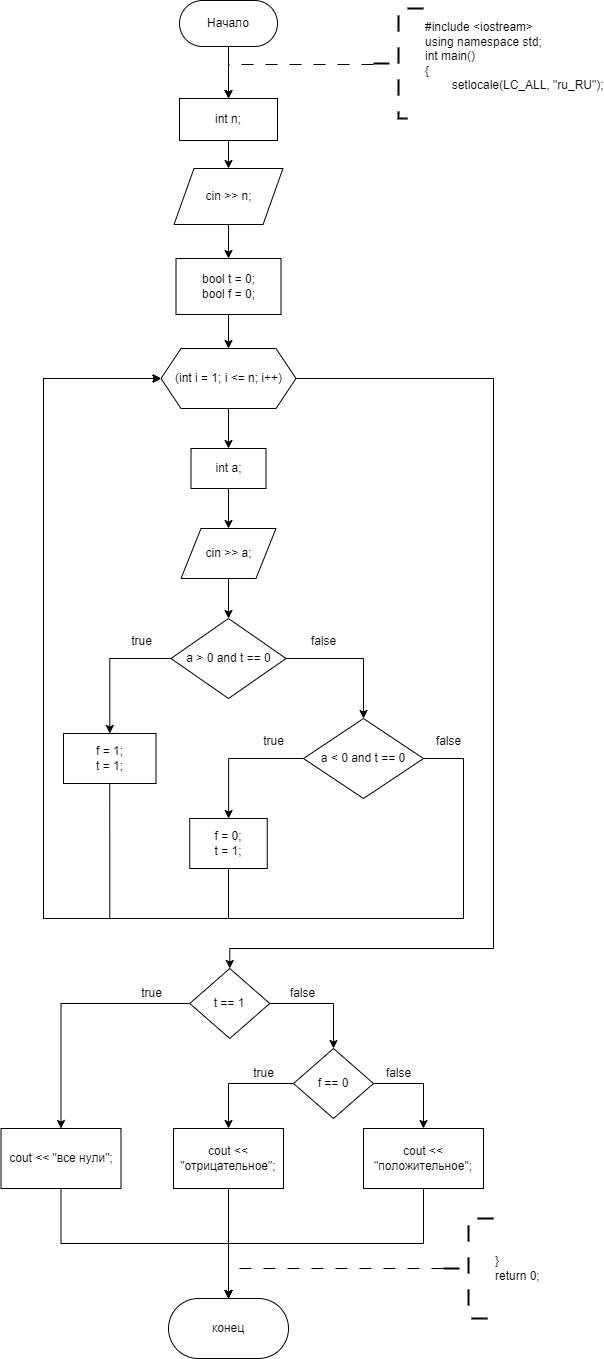
Earlier version of the draw.io export SEM_1/2_11/2_11.drawio (1).png (Yagirsk/Labs_PSTU_2023). Source tidied: cells renumbered, new cells last; positions are measured from the earlier drawing's top-left corner, leaving out a move shared by most shapes. The source it was exported from:
```xml
<mxGraphModel>
  <root>
    <mxCell id="0" />
    <mxCell id="1" parent="0" />
    <mxCell id="2" style="edgeStyle=orthogonalEdgeStyle;rounded=0;jettySize=auto;html=1;" parent="1" edge="1" source="3" target="5">
      <mxGeometry relative="1" as="geometry" />
    </mxCell>
    <mxCell id="3" value="Начало" style="rounded=1;whiteSpace=wrap;html=1;arcSize=50;" parent="1" vertex="1">
      <mxGeometry x="178" width="98" height="46" as="geometry" />
    </mxCell>
    <mxCell id="4" style="edgeStyle=orthogonalEdgeStyle;rounded=0;jettySize=auto;html=1;" parent="1" edge="1" source="5" target="9">
      <mxGeometry relative="1" as="geometry" />
    </mxCell>
    <mxCell id="5" value="int n;" style="rounded=0;whiteSpace=wrap;html=1;" parent="1" vertex="1">
      <mxGeometry x="178" y="98" width="98" height="42" as="geometry" />
    </mxCell>
    <mxCell id="6" style="edgeStyle=orthogonalEdgeStyle;rounded=0;jettySize=auto;html=1;dashed=1;dashPattern=12 12;" parent="1" edge="1" source="7" target="5">
      <mxGeometry relative="1" as="geometry">
        <Array as="points">
          <mxPoint x="227" y="64" />
        </Array>
      </mxGeometry>
    </mxCell>
    <mxCell id="7" value="&lt;div&gt;#include &amp;lt;iostream&amp;gt;&lt;/div&gt;&lt;div&gt;using namespace std;&lt;/div&gt;&lt;div&gt;int main()&lt;/div&gt;&lt;div&gt;{&lt;/div&gt;&lt;span style=&quot;white-space: pre;&quot;&gt;&#9;&lt;/span&gt;setlocale(LC_ALL, &quot;ru_RU&quot;);&lt;div&gt;&lt;br&gt;&lt;/div&gt;" style="strokeWidth=2;html=1;shape=mxgraph.flowchart.annotation_2;align=left;labelPosition=right;strokeColor=default;dashed=1;dashPattern=8 8;" parent="1" vertex="1">
      <mxGeometry x="372" y="8" width="50" height="110" as="geometry" />
    </mxCell>
    <mxCell id="8" style="edgeStyle=orthogonalEdgeStyle;rounded=0;jettySize=auto;html=1;" parent="1" edge="1" source="9" target="11">
      <mxGeometry relative="1" as="geometry" />
    </mxCell>
    <mxCell id="9" value="cin &amp;gt;&amp;gt; n;" style="shape=parallelogram;perimeter=parallelogramPerimeter;whiteSpace=wrap;html=1;fixedSize=1;rounded=0;" parent="1" vertex="1">
      <mxGeometry x="172.5" y="168" width="109" height="56" as="geometry" />
    </mxCell>
    <mxCell id="10" style="edgeStyle=orthogonalEdgeStyle;rounded=0;jettySize=auto;html=1;" parent="1" edge="1" source="11" target="14">
      <mxGeometry relative="1" as="geometry" />
    </mxCell>
    <mxCell id="11" value="&lt;div&gt;bool t = 0;&lt;/div&gt;&lt;div&gt;bool f = 0;&lt;/div&gt;" style="whiteSpace=wrap;html=1;rounded=0;" parent="1" vertex="1">
      <mxGeometry x="174.5" y="258" width="105" height="56" as="geometry" />
    </mxCell>
    <mxCell id="12" style="edgeStyle=orthogonalEdgeStyle;rounded=0;jettySize=auto;html=1;" parent="1" edge="1" source="14" target="16">
      <mxGeometry relative="1" as="geometry" />
    </mxCell>
    <mxCell id="13" style="edgeStyle=orthogonalEdgeStyle;rounded=0;jettySize=auto;html=1;exitX=1;exitY=0.5;exitDx=0;exitDy=0;entryX=0.5;entryY=0;entryDx=0;entryDy=0;" parent="1" edge="1" source="14" target="35">
      <mxGeometry relative="1" as="geometry">
        <Array as="points">
          <mxPoint x="492" y="378" />
          <mxPoint x="492" y="948" />
          <mxPoint x="228" y="948" />
        </Array>
      </mxGeometry>
    </mxCell>
    <mxCell id="14" value="(int i = 1; i &amp;lt;= n; i++)" style="shape=hexagon;perimeter=hexagonPerimeter2;whiteSpace=wrap;html=1;fixedSize=1;rounded=0;" parent="1" vertex="1">
      <mxGeometry x="159.5" y="348" width="135" height="60" as="geometry" />
    </mxCell>
    <mxCell id="15" style="edgeStyle=orthogonalEdgeStyle;rounded=0;jettySize=auto;html=1;" parent="1" edge="1" source="16" target="18">
      <mxGeometry relative="1" as="geometry" />
    </mxCell>
    <mxCell id="16" value="int a;" style="whiteSpace=wrap;html=1;rounded=0;" parent="1" vertex="1">
      <mxGeometry x="189.5" y="448" width="75" height="40" as="geometry" />
    </mxCell>
    <mxCell id="17" style="edgeStyle=orthogonalEdgeStyle;rounded=0;jettySize=auto;html=1;" parent="1" edge="1" source="18" target="21">
      <mxGeometry relative="1" as="geometry" />
    </mxCell>
    <mxCell id="18" value="cin &gt;&gt; a;" style="shape=parallelogram;perimeter=parallelogramPerimeter;whiteSpace=wrap;html=1;fixedSize=1;rounded=0;" parent="1" vertex="1">
      <mxGeometry x="179.5" y="528" width="95" height="50" as="geometry" />
    </mxCell>
    <mxCell id="19" style="edgeStyle=orthogonalEdgeStyle;rounded=0;jettySize=auto;html=1;" parent="1" edge="1" source="21" target="24">
      <mxGeometry relative="1" as="geometry" />
    </mxCell>
    <mxCell id="20" style="edgeStyle=orthogonalEdgeStyle;rounded=0;jettySize=auto;html=1;" parent="1" edge="1" source="21" target="27">
      <mxGeometry relative="1" as="geometry" />
    </mxCell>
    <mxCell id="21" value="a &amp;gt; 0 and t == 0" style="rhombus;whiteSpace=wrap;html=1;rounded=0;" parent="1" vertex="1">
      <mxGeometry x="169.5" y="618" width="115" height="80" as="geometry" />
    </mxCell>
    <mxCell id="22" style="edgeStyle=orthogonalEdgeStyle;rounded=0;jettySize=auto;html=1;" parent="1" edge="1" source="24" target="30">
      <mxGeometry relative="1" as="geometry" />
    </mxCell>
    <mxCell id="23" style="edgeStyle=orthogonalEdgeStyle;rounded=0;jettySize=auto;html=1;exitX=1;exitY=0.5;exitDx=0;exitDy=0;entryX=0;entryY=0.5;entryDx=0;entryDy=0;" parent="1" edge="1" source="24" target="14">
      <mxGeometry relative="1" as="geometry">
        <Array as="points">
          <mxPoint x="462" y="758" />
          <mxPoint x="462" y="918" />
          <mxPoint x="42" y="918" />
          <mxPoint x="42" y="378" />
        </Array>
      </mxGeometry>
    </mxCell>
    <mxCell id="24" value="a &amp;lt; 0 and t == 0" style="rhombus;whiteSpace=wrap;html=1;rounded=0;" parent="1" vertex="1">
      <mxGeometry x="302" y="718" width="120" height="80" as="geometry" />
    </mxCell>
    <mxCell id="25" value="false" style="text;html=1;align=center;verticalAlign=middle;strokeColor=none;fillColor=none;" parent="1" vertex="1">
      <mxGeometry x="297" y="626" width="50" height="30" as="geometry" />
    </mxCell>
    <mxCell id="26" style="edgeStyle=orthogonalEdgeStyle;rounded=0;jettySize=auto;html=1;exitX=0.5;exitY=1;exitDx=0;exitDy=0;entryX=0;entryY=0.5;entryDx=0;entryDy=0;" parent="1" edge="1" source="27" target="14">
      <mxGeometry relative="1" as="geometry">
        <Array as="points">
          <mxPoint x="108" y="918" />
          <mxPoint x="42" y="918" />
          <mxPoint x="42" y="378" />
        </Array>
      </mxGeometry>
    </mxCell>
    <mxCell id="27" value="&lt;div&gt;f = 1;&lt;/div&gt;&lt;div&gt;t = 1;&lt;/div&gt;" style="whiteSpace=wrap;html=1;rounded=0;" parent="1" vertex="1">
      <mxGeometry x="62" y="733" width="92.5" height="50" as="geometry" />
    </mxCell>
    <mxCell id="28" value="true" style="text;html=1;align=center;verticalAlign=middle;strokeColor=none;fillColor=none;" parent="1" vertex="1">
      <mxGeometry x="119.5" y="626" width="40" height="30" as="geometry" />
    </mxCell>
    <mxCell id="29" style="edgeStyle=orthogonalEdgeStyle;rounded=0;jettySize=auto;html=1;exitX=0.5;exitY=1;exitDx=0;exitDy=0;entryX=0;entryY=0.5;entryDx=0;entryDy=0;" parent="1" edge="1" source="30" target="14">
      <mxGeometry relative="1" as="geometry">
        <Array as="points">
          <mxPoint x="227" y="918" />
          <mxPoint x="42" y="918" />
          <mxPoint x="42" y="378" />
        </Array>
      </mxGeometry>
    </mxCell>
    <mxCell id="30" value="&lt;div&gt;f = 0;&lt;/div&gt;&lt;div&gt;t = 1;&lt;/div&gt;" style="whiteSpace=wrap;html=1;rounded=0;" parent="1" vertex="1">
      <mxGeometry x="188.2" y="818" width="77.5" height="50" as="geometry" />
    </mxCell>
    <mxCell id="31" value="true" style="text;html=1;align=center;verticalAlign=middle;strokeColor=none;fillColor=none;" parent="1" vertex="1">
      <mxGeometry x="252" y="726" width="40" height="30" as="geometry" />
    </mxCell>
    <mxCell id="32" value="false" style="text;html=1;align=center;verticalAlign=middle;strokeColor=none;fillColor=none;" parent="1" vertex="1">
      <mxGeometry x="422" y="726" width="50" height="30" as="geometry" />
    </mxCell>
    <mxCell id="33" style="edgeStyle=orthogonalEdgeStyle;rounded=0;jettySize=auto;html=1;" parent="1" edge="1" source="35" target="38">
      <mxGeometry relative="1" as="geometry" />
    </mxCell>
    <mxCell id="34" style="edgeStyle=orthogonalEdgeStyle;rounded=0;jettySize=auto;html=1;" parent="1" edge="1" source="35" target="42">
      <mxGeometry relative="1" as="geometry" />
    </mxCell>
    <mxCell id="35" value="t == 1" style="rhombus;whiteSpace=wrap;html=1;" parent="1" vertex="1">
      <mxGeometry x="188.2" y="968" width="80" height="70" as="geometry" />
    </mxCell>
    <mxCell id="36" style="edgeStyle=orthogonalEdgeStyle;rounded=0;jettySize=auto;html=1;" parent="1" edge="1" source="38" target="40">
      <mxGeometry relative="1" as="geometry" />
    </mxCell>
    <mxCell id="37" style="edgeStyle=orthogonalEdgeStyle;rounded=0;jettySize=auto;html=1;exitX=1;exitY=0.5;exitDx=0;exitDy=0;" parent="1" edge="1" source="38" target="46">
      <mxGeometry relative="1" as="geometry" />
    </mxCell>
    <mxCell id="38" value="f == 0" style="rhombus;whiteSpace=wrap;html=1;" parent="1" vertex="1">
      <mxGeometry x="292" y="1048" width="80" height="70" as="geometry" />
    </mxCell>
    <mxCell id="39" style="edgeStyle=orthogonalEdgeStyle;rounded=0;jettySize=auto;html=1;exitX=0.5;exitY=1;exitDx=0;exitDy=0;entryX=0.5;entryY=0;entryDx=0;entryDy=0;" parent="1" edge="1" source="40" target="49">
      <mxGeometry relative="1" as="geometry" />
    </mxCell>
    <mxCell id="40" value="cout &amp;lt;&amp;lt; &quot;отрицательное&quot;;" style="whiteSpace=wrap;html=1;" parent="1" vertex="1">
      <mxGeometry x="172" y="1128" width="110" height="60" as="geometry" />
    </mxCell>
    <mxCell id="41" style="edgeStyle=orthogonalEdgeStyle;rounded=0;jettySize=auto;html=1;exitX=0.5;exitY=1;exitDx=0;exitDy=0;entryX=0.5;entryY=0;entryDx=0;entryDy=0;" parent="1" edge="1" source="42" target="49">
      <mxGeometry relative="1" as="geometry" />
    </mxCell>
    <mxCell id="42" value="cout &amp;lt;&amp;lt; &quot;все нули&quot;;" style="whiteSpace=wrap;html=1;" parent="1" vertex="1">
      <mxGeometry x="-0.5" y="1128" width="120" height="60" as="geometry" />
    </mxCell>
    <mxCell id="43" value="true" style="text;html=1;align=center;verticalAlign=middle;strokeColor=none;fillColor=none;" parent="1" vertex="1">
      <mxGeometry x="129.5" y="978" width="40" height="30" as="geometry" />
    </mxCell>
    <mxCell id="44" value="false" style="text;html=1;align=center;verticalAlign=middle;strokeColor=none;fillColor=none;" parent="1" vertex="1">
      <mxGeometry x="276" y="978" width="50" height="30" as="geometry" />
    </mxCell>
    <mxCell id="45" style="edgeStyle=orthogonalEdgeStyle;rounded=0;jettySize=auto;html=1;exitX=0.5;exitY=1;exitDx=0;exitDy=0;entryX=0.5;entryY=0;entryDx=0;entryDy=0;" parent="1" edge="1" source="46" target="49">
      <mxGeometry relative="1" as="geometry" />
    </mxCell>
    <mxCell id="46" value="cout &amp;lt;&amp;lt; &quot;положительное&quot;;" style="whiteSpace=wrap;html=1;" parent="1" vertex="1">
      <mxGeometry x="362" y="1128" width="120" height="60" as="geometry" />
    </mxCell>
    <mxCell id="47" value="true" style="text;html=1;align=center;verticalAlign=middle;strokeColor=none;fillColor=none;" parent="1" vertex="1">
      <mxGeometry x="242" y="1058" width="40" height="30" as="geometry" />
    </mxCell>
    <mxCell id="48" value="false" style="text;html=1;align=center;verticalAlign=middle;strokeColor=none;fillColor=none;" parent="1" vertex="1">
      <mxGeometry x="372" y="1058" width="50" height="30" as="geometry" />
    </mxCell>
    <mxCell id="49" value="конец" style="rounded=1;whiteSpace=wrap;html=1;arcSize=50;" parent="1" vertex="1">
      <mxGeometry x="167" y="1298" width="120" height="60" as="geometry" />
    </mxCell>
    <mxCell id="50" style="edgeStyle=orthogonalEdgeStyle;rounded=0;jettySize=auto;html=1;exitX=0;exitY=0.5;exitDx=0;exitDy=0;exitPerimeter=0;entryX=0.5;entryY=0;entryDx=0;entryDy=0;dashed=1;dashPattern=12 12;" parent="1" edge="1" source="51" target="49">
      <mxGeometry relative="1" as="geometry" />
    </mxCell>
    <mxCell id="51" value="&lt;div&gt;&lt;span style=&quot;background-color: initial;&quot;&gt;}&lt;/span&gt;&lt;/div&gt;&lt;div&gt;&lt;span style=&quot;background-color: initial;&quot;&gt;return 0;&lt;/span&gt;&lt;/div&gt;" style="strokeWidth=2;html=1;shape=mxgraph.flowchart.annotation_2;align=left;labelPosition=right;strokeColor=default;dashed=1;dashPattern=8 8;" parent="1" vertex="1">
      <mxGeometry x="442" y="1218" width="50" height="100" as="geometry" />
    </mxCell>
  </root>
</mxGraphModel>
```
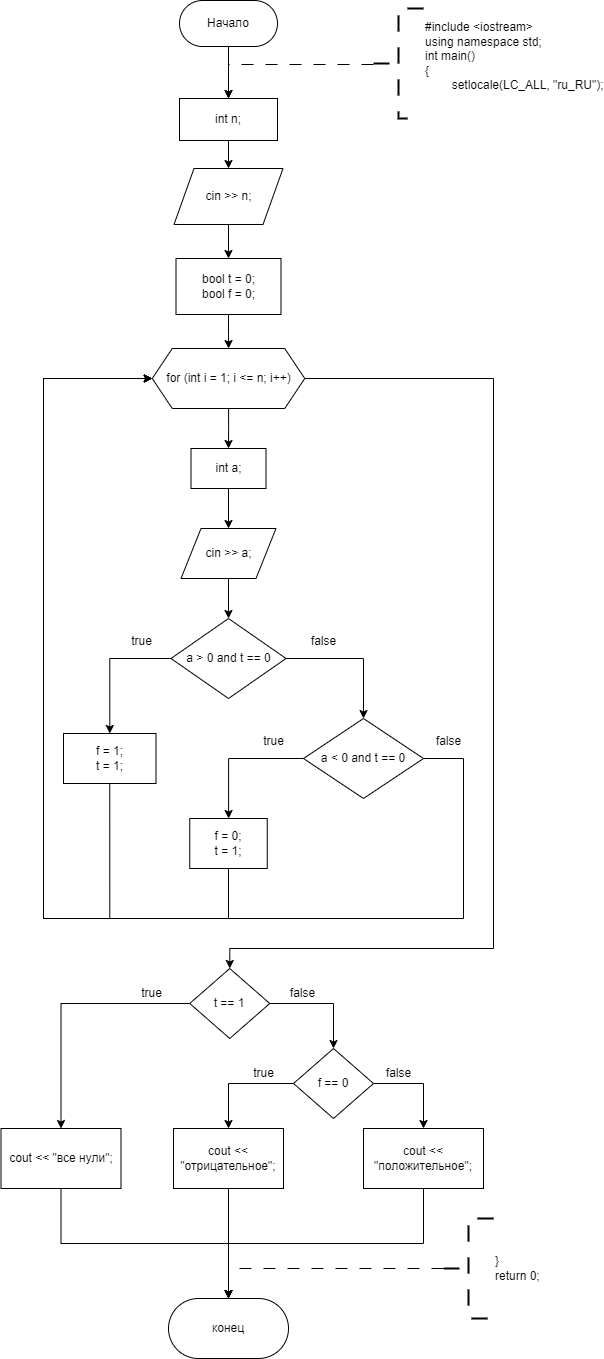
After the commit.

The edit, as a diff of the source:
```diff
@@ -48,8 +48,8 @@
         </Array>
       </mxGeometry>
     </mxCell>
-    <mxCell id="14" value="(int i = 1; i &amp;lt;= n; i++)" style="shape=hexagon;perimeter=hexagonPerimeter2;whiteSpace=wrap;html=1;fixedSize=1;rounded=0;" parent="1" vertex="1">
-      <mxGeometry x="159.5" y="348" width="135" height="60" as="geometry" />
+    <mxCell id="14" value="for (int i = 1; i &amp;lt;= n; i++)" style="shape=hexagon;perimeter=hexagonPerimeter2;whiteSpace=wrap;html=1;fixedSize=1;rounded=0;" parent="1" vertex="1">
+      <mxGeometry x="150.8" y="348" width="152.5" height="60" as="geometry" />
     </mxCell>
     <mxCell id="15" style="edgeStyle=orthogonalEdgeStyle;rounded=0;jettySize=auto;html=1;" parent="1" edge="1" source="16" target="18">
       <mxGeometry relative="1" as="geometry" />
```
